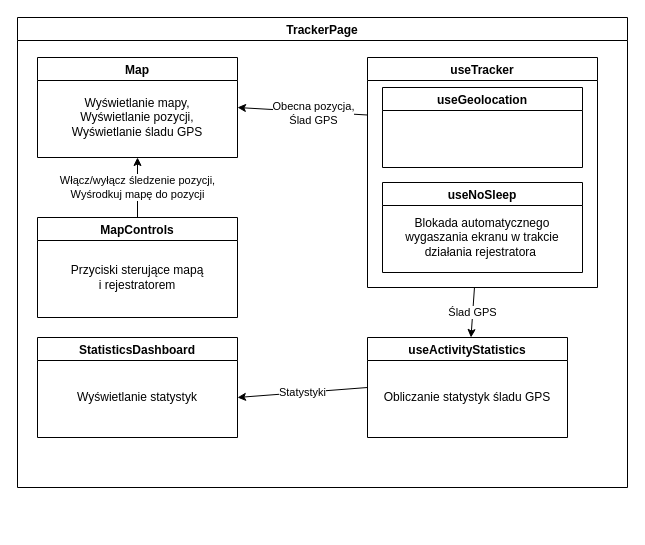
Before: documents/thesis/rys03/trackerpage.drawio in michaltkacz/biker, a draw.io diagram. Source tidied: cells renumbered, new cells numbered last; positions are measured from the earlier drawing's top-left corner, leaving out a move shared by most shapes. Both pictures are drawn from the tidied source at 100%, with x=0, y=0 at pixel (17, 17).
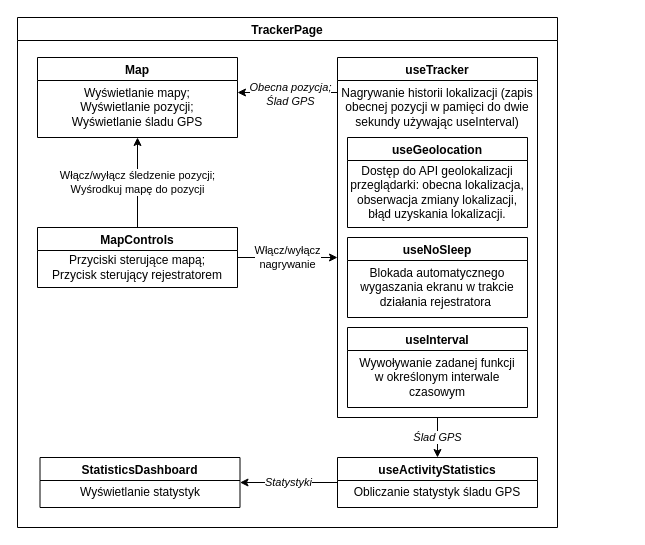
After the change.

What changed in the source:
```diff
@@
     <mxCell id="2" value="TrackerPage" style="swimlane;" parent="1" vertex="1">
-      <mxGeometry width="610" height="470" as="geometry" />
+      <mxGeometry width="540" height="510" as="geometry" />
     </mxCell>
-    <mxCell id="3" value="Ślad GPS" style="rounded=0;jettySize=auto;html=1;" parent="2" edge="1" source="4" target="18">
-      <mxGeometry relative="1" as="geometry" />
+    <mxCell id="3" value="Ślad GPS" style="rounded=0;orthogonalLoop=1;jettySize=auto;html=1;fontStyle=2;" parent="2" edge="1">
+      <mxGeometry relative="1" as="geometry">
+        <mxPoint x="420" y="400" as="sourcePoint" />
+        <mxPoint x="420" y="440" as="targetPoint" />
+      </mxGeometry>
     </mxCell>
     <mxCell id="4" value="useTracker" style="swimlane;" parent="2" vertex="1">
-      <mxGeometry x="350" y="40" width="230" height="230" as="geometry" />
+      <mxGeometry x="320" y="40" width="200" height="360" as="geometry" />
     </mxCell>
     <mxCell id="5" value="useGeolocation" style="swimlane;" parent="4" vertex="1">
-      <mxGeometry x="15" y="30" width="200" height="80" as="geometry" />
+      <mxGeometry x="10" y="80" width="180" height="90" as="geometry" />
     </mxCell>
+    <mxCell id="20" value="Dostęp do API geolokalizacji przeglądarki: obecna lokalizacja, obserwacja zmiany lokalizacji, błąd uzyskania lokalizacji." style="text;html=1;strokeColor=none;fillColor=none;align=center;verticalAlign=middle;whiteSpace=wrap;rounded=0;" parent="5" vertex="1">
+      <mxGeometry y="20" width="180" height="70" as="geometry" />
+    </mxCell>
     <mxCell id="6" value="useNoSleep" style="swimlane;" parent="4" vertex="1">
-      <mxGeometry x="15" y="125" width="200" height="90" as="geometry" />
+      <mxGeometry x="10" y="180" width="180" height="80" as="geometry" />
     </mxCell>
     <mxCell id="7" value="Blokada automatycznego wygaszania ekranu w trakcie działania rejestratora&amp;nbsp;" style="text;html=1;strokeColor=none;fillColor=none;align=center;verticalAlign=middle;whiteSpace=wrap;rounded=0;" parent="6" vertex="1">
-      <mxGeometry y="20" width="200" height="70" as="geometry" />
+      <mxGeometry y="20" width="180" height="60" as="geometry" />
     </mxCell>
+    <mxCell id="21" value="Nagrywanie historii lokalizacji (zapis obecnej pozycji w pamięci do dwie sekundy używając useInterval)" style="text;html=1;strokeColor=none;fillColor=none;align=center;verticalAlign=middle;whiteSpace=wrap;rounded=0;" parent="4" vertex="1">
+      <mxGeometry y="20" width="200" height="60" as="geometry" />
+    </mxCell>
+    <mxCell id="22" value="useInterval" style="swimlane;" parent="4" vertex="1">
+      <mxGeometry x="10" y="270" width="180" height="80" as="geometry" />
+    </mxCell>
+    <mxCell id="23" value="Wywoływanie zadanej funkcji&lt;br&gt;w określonym interwale czasowym" style="text;html=1;strokeColor=none;fillColor=none;align=center;verticalAlign=middle;whiteSpace=wrap;rounded=0;" parent="22" vertex="1">
+      <mxGeometry y="20" width="180" height="60" as="geometry" />
+    </mxCell>
     <mxCell id="8" value="Map" style="swimlane;" parent="2" vertex="1">
-      <mxGeometry x="20" y="40" width="200" height="100" as="geometry" />
+      <mxGeometry x="20" y="40" width="200" height="80" as="geometry" />
     </mxCell>
-    <mxCell id="9" value="Wyświetlanie mapy,&lt;br&gt;Wyświetlanie pozycji,&lt;br&gt;Wyświetlanie śladu GPS" style="text;html=1;strokeColor=none;fillColor=none;align=center;verticalAlign=middle;whiteSpace=wrap;rounded=0;" parent="8" vertex="1">
-      <mxGeometry y="20" width="200" height="80" as="geometry" />
+    <mxCell id="9" value="Wyświetlanie mapy;&lt;br&gt;Wyświetlanie pozycji;&lt;br&gt;Wyświetlanie śladu GPS" style="text;html=1;strokeColor=none;fillColor=none;align=center;verticalAlign=middle;whiteSpace=wrap;rounded=0;" parent="8" vertex="1">
+      <mxGeometry y="20" width="200" height="60" as="geometry" />
     </mxCell>
-    <mxCell id="10" value="Włącz/wyłącz śledzenie pozycji,&lt;br&gt;Wyśrodkuj mapę do pozycji" style="edgeStyle=none;rounded=0;jettySize=auto;html=1;" parent="2" edge="1" source="11" target="9">
+    <mxCell id="10" value="Włącz/wyłącz śledzenie pozycji;&lt;br&gt;Wyśrodkuj mapę do pozycji" style="edgeStyle=none;rounded=0;jettySize=auto;html=1;entryX=0.5;entryY=1;entryDx=0;entryDy=0;" parent="2" edge="1" source="11" target="9">
       <mxGeometry relative="1" as="geometry" />
     </mxCell>
+    <mxCell id="24" value="Włącz/wyłącz&lt;br&gt;nagrywanie" style="rounded=0;jettySize=auto;html=1;" parent="2" edge="1" source="11">
+      <mxGeometry relative="1" as="geometry">
+        <mxPoint x="320" y="240" as="targetPoint" />
+      </mxGeometry>
+    </mxCell>
     <mxCell id="11" value="MapControls" style="swimlane;" parent="2" vertex="1">
-      <mxGeometry x="20" y="200" width="200" height="100" as="geometry" />
+      <mxGeometry x="20" y="210" width="200" height="60" as="geometry" />
     </mxCell>
-    <mxCell id="12" value="Przyciski sterujące mapą &lt;br&gt;i rejestratorem" style="text;html=1;strokeColor=none;fillColor=none;align=center;verticalAlign=middle;whiteSpace=wrap;rounded=0;" parent="11" vertex="1">
-      <mxGeometry y="20" width="200" height="80" as="geometry" />
+    <mxCell id="12" value="Przyciski sterujące mapą;&lt;br&gt;Przycisk sterujący rejestratorem" style="text;html=1;strokeColor=none;fillColor=none;align=center;verticalAlign=middle;whiteSpace=wrap;rounded=0;" parent="11" vertex="1">
+      <mxGeometry y="20" width="200" height="40" as="geometry" />
     </mxCell>
     <mxCell id="13" value="StatisticsDashboard" style="swimlane;" parent="2" vertex="1">
-      <mxGeometry x="20" y="320" width="200" height="100" as="geometry" />
+      <mxGeometry x="22.5" y="440" width="200" height="50" as="geometry" />
     </mxCell>
     <mxCell id="14" value="Wyświetlanie statystyk" style="text;html=1;strokeColor=none;fillColor=none;align=center;verticalAlign=middle;whiteSpace=wrap;rounded=0;" parent="13" vertex="1">
-      <mxGeometry y="20" width="200" height="80" as="geometry" />
+      <mxGeometry y="20" width="200" height="30" as="geometry" />
     </mxCell>
-    <mxCell id="15" style="endArrow=classic;html=1;rounded=0;exitX=0;exitY=0.25;exitDx=0;exitDy=0;entryX=1;entryY=0.5;entryDx=0;entryDy=0;" parent="2" edge="1" source="4" target="8">
-      <mxGeometry relative="1" as="geometry" />
+    <mxCell id="15" style="endArrow=classic;html=1;rounded=0;exitX=0;exitY=0.25;exitDx=0;exitDy=0;" parent="2" edge="1" source="21">
+      <mxGeometry relative="1" as="geometry">
+        <mxPoint x="220" y="75" as="targetPoint" />
+      </mxGeometry>
     </mxCell>
-    <mxCell id="16" value="Obecna pozycja,&lt;br&gt;Ślad GPS" style="edgeLabel;html=1;align=center;verticalAlign=middle;" parent="15" vertex="1">
-      <mxGeometry x="-0.16" y="1" relative="1" as="geometry" />
+    <mxCell id="16" value="Obecna pozycja;&lt;br&gt;Ślad GPS" style="edgeLabel;html=1;align=center;verticalAlign=middle;fontStyle=2;" parent="15" vertex="1">
+      <mxGeometry x="-0.16" y="1" relative="1" as="geometry">
+        <mxPoint x="-6" as="offset" />
+      </mxGeometry>
     </mxCell>
-    <mxCell id="17" value="Statystyki" style="edgeStyle=none;rounded=0;jettySize=auto;html=1;entryX=1;entryY=0.5;entryDx=0;entryDy=0;exitX=0;exitY=0.5;exitDx=0;exitDy=0;" parent="2" edge="1" source="18" target="14">
+    <mxCell id="17" value="Statystyki" style="edgeStyle=none;rounded=0;jettySize=auto;html=1;exitX=0;exitY=0.5;exitDx=0;exitDy=0;fontStyle=2;" parent="2" edge="1" source="18" target="13">
       <mxGeometry relative="1" as="geometry" />
     </mxCell>
     <mxCell id="18" value="useActivityStatistics" style="swimlane;" parent="2" vertex="1">
-      <mxGeometry x="350" y="320" width="200" height="100" as="geometry" />
+      <mxGeometry x="320" y="440" width="200" height="50" as="geometry" />
     </mxCell>
     <mxCell id="19" value="Obliczanie statystyk śladu GPS" style="text;html=1;strokeColor=none;fillColor=none;align=center;verticalAlign=middle;whiteSpace=wrap;rounded=0;" parent="18" vertex="1">
-      <mxGeometry y="20" width="200" height="80" as="geometry" />
+      <mxGeometry y="20" width="200" height="30" as="geometry" />
     </mxCell>
```
